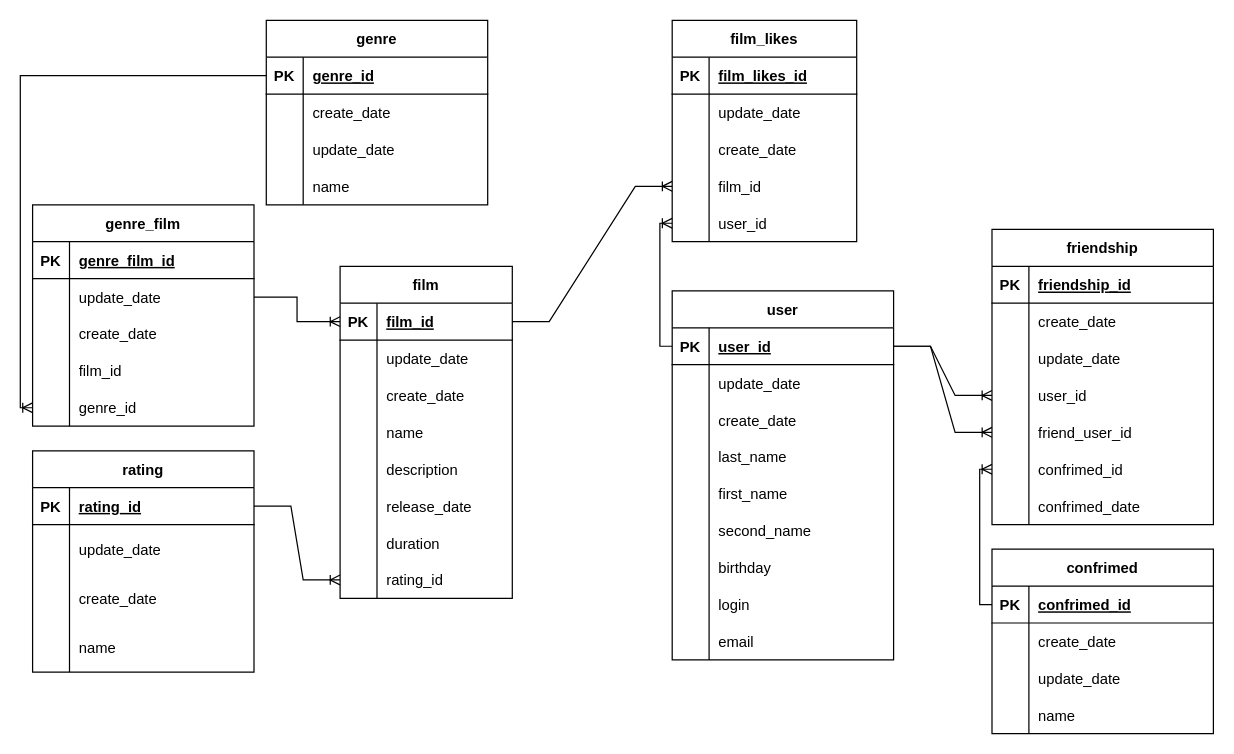
Before: 1111.drawio in viciossevsk/java-filmorate, a draw.io diagram. Source tidied: cells renumbered, new cells numbered last; positions are measured from the earlier drawing's top-left corner, leaving out a move shared by most shapes. Both pictures are drawn from the tidied source at 123%, with x=0, y=0 at pixel (32, 20).
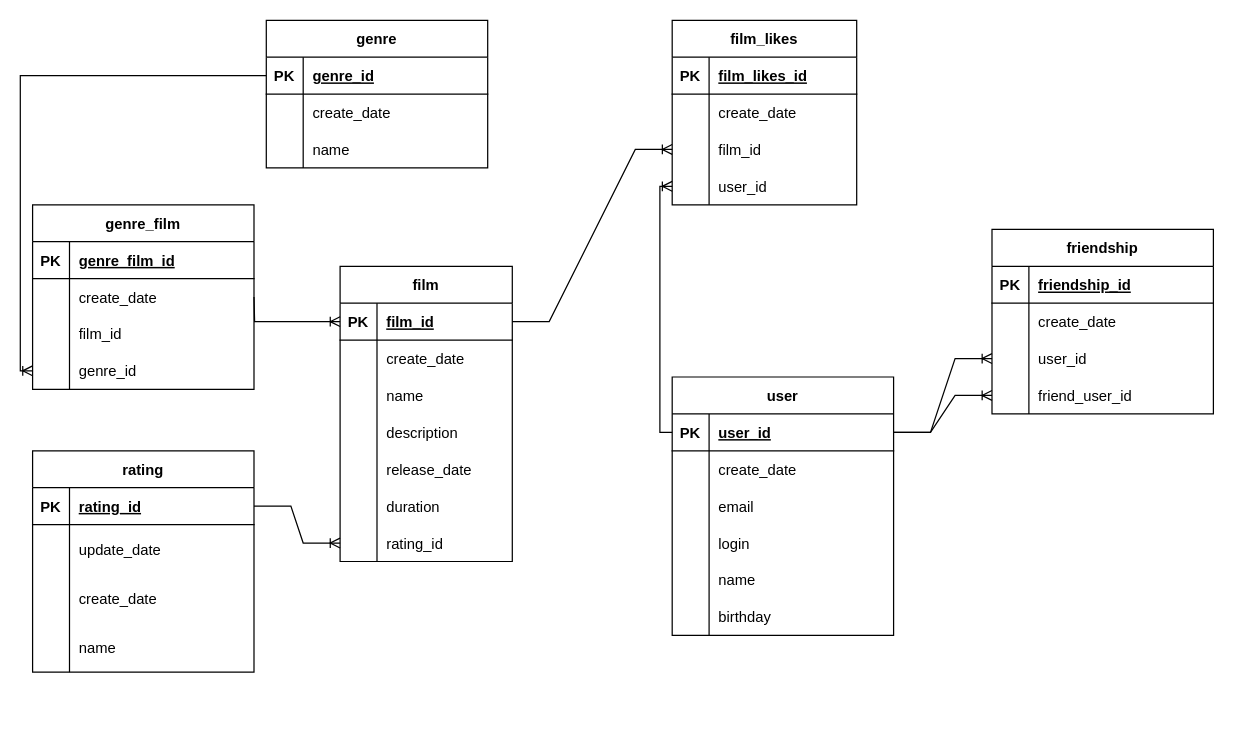
Above is the later version.

Unchanged cells that the change refers to:
```xml
<mxCell id="3" style="shape=tableRow;horizontal=0;startSize=0;swimlaneHead=0;swimlaneBody=0;fillColor=none;points=[[0,0.5],[1,0.5]];portConstraint=eastwest;top=0;left=0;right=0;bottom=1;" parent="2" vertex="1">
  <mxGeometry y="30" width="140" height="30" as="geometry" />
</mxCell>
<mxCell id="78" style="shape=tableRow;horizontal=0;startSize=0;swimlaneHead=0;swimlaneBody=0;fillColor=none;top=0;left=0;right=0;bottom=0;" parent="65" vertex="1">
  <mxGeometry y="150" width="180" height="30" as="geometry" />
</mxCell>
```

The edit, as a diff of the source:
```diff
@@
     <mxCell id="2" value="film" style="shape=table;startSize=30;childLayout=tableLayout;rowLines=0;fontStyle=1;align=center;" parent="1" vertex="1">
-      <mxGeometry x="250" y="200" width="140" height="270" as="geometry" />
+      <mxGeometry x="250" y="200" width="140" height="240" as="geometry" />
     </mxCell>
@@
-    <mxCell id="6" style="shape=tableRow;horizontal=0;startSize=0;swimlaneHead=0;swimlaneBody=0;fillColor=none;top=0;left=0;right=0;bottom=0;" parent="2" vertex="1">
-      <mxGeometry y="60" width="140" height="30" as="geometry" />
-    </mxCell>
-    <mxCell id="7" style="shape=partialRectangle;fillColor=none;top=0;left=0;bottom=0;right=0;overflow=hidden;" parent="6" vertex="1">
-      <mxGeometry width="30" height="30" as="geometry" />
-    </mxCell>
-    <mxCell id="8" value="update_date" style="shape=partialRectangle;fillColor=none;top=0;left=0;bottom=0;right=0;align=left;spacingLeft=6;overflow=hidden;" parent="6" vertex="1">
-      <mxGeometry x="30" width="110" height="30" as="geometry" />
-    </mxCell>
     <mxCell id="9" style="shape=tableRow;horizontal=0;startSize=0;swimlaneHead=0;swimlaneBody=0;fillColor=none;top=0;left=0;right=0;bottom=0;" parent="2" vertex="1">
-      <mxGeometry y="90" width="140" height="30" as="geometry" />
+      <mxGeometry y="60" width="140" height="30" as="geometry" />
     </mxCell>
@@
     <mxCell id="12" style="shape=tableRow;horizontal=0;startSize=0;swimlaneHead=0;swimlaneBody=0;fillColor=none;top=0;left=0;right=0;bottom=0;" parent="2" vertex="1">
-      <mxGeometry y="120" width="140" height="30" as="geometry" />
+      <mxGeometry y="90" width="140" height="30" as="geometry" />
     </mxCell>
@@
     <mxCell id="15" style="shape=tableRow;horizontal=0;startSize=0;swimlaneHead=0;swimlaneBody=0;fillColor=none;top=0;left=0;right=0;bottom=0;" parent="2" vertex="1">
-      <mxGeometry y="150" width="140" height="30" as="geometry" />
+      <mxGeometry y="120" width="140" height="30" as="geometry" />
     </mxCell>
@@
     <mxCell id="18" style="shape=tableRow;horizontal=0;startSize=0;swimlaneHead=0;swimlaneBody=0;fillColor=none;top=0;left=0;right=0;bottom=0;" parent="2" vertex="1">
-      <mxGeometry y="180" width="140" height="30" as="geometry" />
+      <mxGeometry y="150" width="140" height="30" as="geometry" />
     </mxCell>
@@
     <mxCell id="21" style="shape=tableRow;horizontal=0;startSize=0;swimlaneHead=0;swimlaneBody=0;fillColor=none;top=0;left=0;right=0;bottom=0;" parent="2" vertex="1">
-      <mxGeometry y="210" width="140" height="30" as="geometry" />
+      <mxGeometry y="180" width="140" height="30" as="geometry" />
     </mxCell>
@@
     <mxCell id="24" style="shape=tableRow;horizontal=0;startSize=0;swimlaneHead=0;swimlaneBody=0;fillColor=none;points=[[0,0.5],[1,0.5]];portConstraint=eastwest;top=0;left=0;right=0;bottom=0;" parent="2" vertex="1">
-      <mxGeometry y="240" width="140" height="30" as="geometry" />
+      <mxGeometry y="210" width="140" height="30" as="geometry" />
     </mxCell>
@@
     <mxCell id="27" value="film_likes" style="shape=table;startSize=30;childLayout=tableLayout;rowLines=0;fontStyle=1;align=center;" parent="1" vertex="1">
-      <mxGeometry x="520" width="150" height="180" as="geometry" />
+      <mxGeometry x="520" width="150" height="150" as="geometry" />
     </mxCell>
@@
-    <mxCell id="31" style="shape=tableRow;horizontal=0;startSize=0;swimlaneHead=0;swimlaneBody=0;fillColor=none;top=0;left=0;right=0;bottom=0;" parent="27" vertex="1">
-      <mxGeometry y="60" width="150" height="30" as="geometry" />
-    </mxCell>
-    <mxCell id="32" style="shape=partialRectangle;fillColor=none;top=0;left=0;bottom=0;right=0;overflow=hidden;" parent="31" vertex="1">
-      <mxGeometry width="30" height="30" as="geometry" />
-    </mxCell>
-    <mxCell id="33" value="update_date" style="shape=partialRectangle;fillColor=none;top=0;left=0;bottom=0;right=0;align=left;spacingLeft=6;overflow=hidden;" parent="31" vertex="1">
-      <mxGeometry x="30" width="120" height="30" as="geometry" />
-    </mxCell>
     <mxCell id="34" style="shape=tableRow;horizontal=0;startSize=0;swimlaneHead=0;swimlaneBody=0;fillColor=none;top=0;left=0;right=0;bottom=0;" parent="27" vertex="1">
-      <mxGeometry y="90" width="150" height="30" as="geometry" />
+      <mxGeometry y="60" width="150" height="30" as="geometry" />
     </mxCell>
@@
     <mxCell id="37" style="shape=tableRow;horizontal=0;startSize=0;swimlaneHead=0;swimlaneBody=0;fillColor=none;points=[[0,0.5],[1,0.5]];portConstraint=eastwest;top=0;left=0;right=0;bottom=0;" parent="27" vertex="1">
-      <mxGeometry y="120" width="150" height="30" as="geometry" />
+      <mxGeometry y="90" width="150" height="30" as="geometry" />
     </mxCell>
@@
     <mxCell id="40" style="shape=tableRow;horizontal=0;startSize=0;swimlaneHead=0;swimlaneBody=0;fillColor=none;points=[[0,0.5],[1,0.5]];portConstraint=eastwest;top=0;left=0;right=0;bottom=0;" parent="27" vertex="1">
-      <mxGeometry y="150" width="150" height="30" as="geometry" />
+      <mxGeometry y="120" width="150" height="30" as="geometry" />
     </mxCell>
@@
     <mxCell id="43" value="friendship" style="shape=table;startSize=30;childLayout=tableLayout;rowLines=0;fontStyle=1;align=center;" parent="1" vertex="1">
-      <mxGeometry x="780" y="170" width="180" height="240" as="geometry" />
+      <mxGeometry x="780" y="170" width="180" height="150" as="geometry" />
     </mxCell>
@@
-    <mxCell id="50" style="shape=tableRow;horizontal=0;startSize=0;swimlaneHead=0;swimlaneBody=0;fillColor=none;top=0;left=0;right=0;bottom=0;" parent="43" vertex="1">
-      <mxGeometry y="90" width="180" height="30" as="geometry" />
-    </mxCell>
-    <mxCell id="51" style="shape=partialRectangle;fillColor=none;top=0;left=0;bottom=0;right=0;overflow=hidden;" parent="50" vertex="1">
-      <mxGeometry width="30" height="30" as="geometry" />
-    </mxCell>
-    <mxCell id="52" value="update_date" style="shape=partialRectangle;fillColor=none;top=0;left=0;bottom=0;right=0;align=left;spacingLeft=6;overflow=hidden;" parent="50" vertex="1">
-      <mxGeometry x="30" width="150" height="30" as="geometry" />
-    </mxCell>
     <mxCell id="53" style="shape=tableRow;horizontal=0;startSize=0;swimlaneHead=0;swimlaneBody=0;fillColor=none;points=[[0,0.5],[1,0.5]];portConstraint=eastwest;top=0;left=0;right=0;bottom=0;" parent="43" vertex="1">
-      <mxGeometry y="120" width="180" height="30" as="geometry" />
+      <mxGeometry y="90" width="180" height="30" as="geometry" />
     </mxCell>
@@
     <mxCell id="56" style="shape=tableRow;horizontal=0;startSize=0;swimlaneHead=0;swimlaneBody=0;fillColor=none;points=[[0,0.5],[1,0.5]];portConstraint=eastwest;top=0;left=0;right=0;bottom=0;" parent="43" vertex="1">
-      <mxGeometry y="150" width="180" height="30" as="geometry" />
+      <mxGeometry y="120" width="180" height="30" as="geometry" />
     </mxCell>
@@
-    <mxCell id="59" style="shape=tableRow;horizontal=0;startSize=0;swimlaneHead=0;swimlaneBody=0;fillColor=none;points=[[0,0.5],[1,0.5]];portConstraint=eastwest;top=0;left=0;right=0;bottom=0;" parent="43" vertex="1">
-      <mxGeometry y="180" width="180" height="30" as="geometry" />
-    </mxCell>
-    <mxCell id="60" style="shape=partialRectangle;fillColor=none;top=0;left=0;bottom=0;right=0;overflow=hidden;" parent="59" vertex="1">
-      <mxGeometry width="30" height="30" as="geometry" />
-    </mxCell>
-    <mxCell id="61" value="confrimed_id" style="shape=partialRectangle;fillColor=none;top=0;left=0;bottom=0;right=0;align=left;spacingLeft=6;overflow=hidden;" parent="59" vertex="1">
-      <mxGeometry x="30" width="150" height="30" as="geometry" />
-    </mxCell>
-    <mxCell id="62" style="shape=tableRow;horizontal=0;startSize=0;swimlaneHead=0;swimlaneBody=0;fillColor=none;top=0;left=0;right=0;bottom=0;" parent="43" vertex="1">
-      <mxGeometry y="210" width="180" height="30" as="geometry" />
-    </mxCell>
-    <mxCell id="63" style="shape=partialRectangle;fillColor=none;top=0;left=0;bottom=0;right=0;overflow=hidden;" parent="62" vertex="1">
-      <mxGeometry width="30" height="30" as="geometry" />
-    </mxCell>
-    <mxCell id="64" value="confrimed_date" style="shape=partialRectangle;fillColor=none;top=0;left=0;bottom=0;right=0;align=left;spacingLeft=6;overflow=hidden;" parent="62" vertex="1">
-      <mxGeometry x="30" width="150" height="30" as="geometry" />
-    </mxCell>
     <mxCell id="65" value="user" style="shape=table;startSize=30;childLayout=tableLayout;rowLines=0;fontStyle=1;align=center;" parent="1" vertex="1">
-      <mxGeometry x="520" y="220" width="180" height="300" as="geometry" />
+      <mxGeometry x="520" y="290" width="180" height="210" as="geometry" />
     </mxCell>
@@
-    <mxCell id="69" style="shape=tableRow;horizontal=0;startSize=0;swimlaneHead=0;swimlaneBody=0;fillColor=none;top=0;left=0;right=0;bottom=0;" parent="65" vertex="1">
-      <mxGeometry y="60" width="180" height="30" as="geometry" />
-    </mxCell>
-    <mxCell id="70" style="shape=partialRectangle;fillColor=none;top=0;left=0;bottom=0;right=0;overflow=hidden;" parent="69" vertex="1">
-      <mxGeometry width="30" height="30" as="geometry" />
-    </mxCell>
-    <mxCell id="71" value="update_date" style="shape=partialRectangle;fillColor=none;top=0;left=0;bottom=0;right=0;align=left;spacingLeft=6;overflow=hidden;" parent="69" vertex="1">
-      <mxGeometry x="30" width="150" height="30" as="geometry" />
-    </mxCell>
     <mxCell id="72" style="shape=tableRow;horizontal=0;startSize=0;swimlaneHead=0;swimlaneBody=0;fillColor=none;top=0;left=0;right=0;bottom=0;" parent="65" vertex="1">
-      <mxGeometry y="90" width="180" height="30" as="geometry" />
+      <mxGeometry y="60" width="180" height="30" as="geometry" />
     </mxCell>
@@
     <mxCell id="75" style="shape=tableRow;horizontal=0;startSize=0;swimlaneHead=0;swimlaneBody=0;fillColor=none;top=0;left=0;right=0;bottom=0;" parent="65" vertex="1">
-      <mxGeometry y="120" width="180" height="30" as="geometry" />
+      <mxGeometry y="90" width="180" height="30" as="geometry" />
     </mxCell>
@@
-    <mxCell id="77" value="last_name" style="shape=partialRectangle;fillColor=none;top=0;left=0;bottom=0;right=0;align=left;spacingLeft=6;overflow=hidden;" parent="75" vertex="1">
+    <mxCell id="77" value="email" style="shape=partialRectangle;fillColor=none;top=0;left=0;bottom=0;right=0;align=left;spacingLeft=6;overflow=hidden;" parent="75" vertex="1">
       <mxGeometry x="30" width="150" height="30" as="geometry" />
     </mxCell>
+    <mxCell id="87" style="shape=tableRow;horizontal=0;startSize=0;swimlaneHead=0;swimlaneBody=0;fillColor=none;top=0;left=0;right=0;bottom=0;" parent="65" vertex="1">
+      <mxGeometry y="120" width="180" height="30" as="geometry" />
+    </mxCell>
+    <mxCell id="88" style="shape=partialRectangle;fillColor=none;top=0;left=0;bottom=0;right=0;overflow=hidden;" parent="87" vertex="1">
+      <mxGeometry width="30" height="30" as="geometry" />
+    </mxCell>
+    <mxCell id="89" value="login" style="shape=partialRectangle;fillColor=none;top=0;left=0;bottom=0;right=0;align=left;spacingLeft=6;overflow=hidden;" parent="87" vertex="1">
+      <mxGeometry x="30" width="150" height="30" as="geometry" />
+    </mxCell>
@@
-    <mxCell id="79" style="shape=partialRectangle;fillColor=none;top=0;left=0;bottom=0;right=0;overflow=hidden;" parent="78" vertex="1">
-      <mxGeometry width="30" height="30" as="geometry" />
-    </mxCell>
-    <mxCell id="80" value="first_name" style="shape=partialRectangle;fillColor=none;top=0;left=0;bottom=0;right=0;align=left;spacingLeft=6;overflow=hidden;" parent="78" vertex="1">
-      <mxGeometry x="30" width="150" height="30" as="geometry" />
-    </mxCell>
-    <mxCell id="81" style="shape=tableRow;horizontal=0;startSize=0;swimlaneHead=0;swimlaneBody=0;fillColor=none;top=0;left=0;right=0;bottom=0;" parent="65" vertex="1">
-      <mxGeometry y="180" width="180" height="30" as="geometry" />
-    </mxCell>
-    <mxCell id="82" style="shape=partialRectangle;fillColor=none;top=0;left=0;bottom=0;right=0;overflow=hidden;" parent="81" vertex="1">
-      <mxGeometry width="30" height="30" as="geometry" />
-    </mxCell>
-    <mxCell id="83" value="second_name" style="shape=partialRectangle;fillColor=none;top=0;left=0;bottom=0;right=0;align=left;spacingLeft=6;overflow=hidden;" parent="81" vertex="1">
-      <mxGeometry x="30" width="150" height="30" as="geometry" />
-    </mxCell>
+    <mxCell id="156" style="shape=partialRectangle;fillColor=none;top=0;left=0;bottom=0;right=0;overflow=hidden;" parent="78" vertex="1">
+      <mxGeometry width="30" height="30" as="geometry" />
+    </mxCell>
+    <mxCell id="154" value="name" style="shape=partialRectangle;fillColor=none;top=0;left=0;bottom=0;right=0;align=left;spacingLeft=6;overflow=hidden;" parent="78" vertex="1">
+      <mxGeometry x="30" width="150" height="30" as="geometry" />
+    </mxCell>
     <mxCell id="84" style="shape=tableRow;horizontal=0;startSize=0;swimlaneHead=0;swimlaneBody=0;fillColor=none;top=0;left=0;right=0;bottom=0;" parent="65" vertex="1">
-      <mxGeometry y="210" width="180" height="30" as="geometry" />
+      <mxGeometry y="180" width="180" height="30" as="geometry" />
     </mxCell>
@@
-    <mxCell id="87" style="shape=tableRow;horizontal=0;startSize=0;swimlaneHead=0;swimlaneBody=0;fillColor=none;top=0;left=0;right=0;bottom=0;" parent="65" vertex="1">
-      <mxGeometry y="240" width="180" height="30" as="geometry" />
-    </mxCell>
-    <mxCell id="88" style="shape=partialRectangle;fillColor=none;top=0;left=0;bottom=0;right=0;overflow=hidden;" parent="87" vertex="1">
-      <mxGeometry width="30" height="30" as="geometry" />
-    </mxCell>
-    <mxCell id="89" value="login" style="shape=partialRectangle;fillColor=none;top=0;left=0;bottom=0;right=0;align=left;spacingLeft=6;overflow=hidden;" parent="87" vertex="1">
-      <mxGeometry x="30" width="150" height="30" as="geometry" />
-    </mxCell>
-    <mxCell id="90" style="shape=tableRow;horizontal=0;startSize=0;swimlaneHead=0;swimlaneBody=0;fillColor=none;top=0;left=0;right=0;bottom=0;" parent="65" vertex="1">
-      <mxGeometry y="270" width="180" height="30" as="geometry" />
-    </mxCell>
-    <mxCell id="91" style="shape=partialRectangle;fillColor=none;top=0;left=0;bottom=0;right=0;overflow=hidden;" parent="90" vertex="1">
-      <mxGeometry width="30" height="30" as="geometry" />
-    </mxCell>
-    <mxCell id="92" value="email" style="shape=partialRectangle;fillColor=none;top=0;left=0;bottom=0;right=0;align=left;spacingLeft=6;overflow=hidden;" parent="90" vertex="1">
-      <mxGeometry x="30" width="150" height="30" as="geometry" />
-    </mxCell>
@@
     <mxCell id="106" value="genre_film" style="shape=table;startSize=30;childLayout=tableLayout;rowLines=0;fontStyle=1;align=center;" parent="1" vertex="1">
-      <mxGeometry y="150" width="180" height="180" as="geometry" />
+      <mxGeometry y="150" width="180" height="150" as="geometry" />
     </mxCell>
@@
-    <mxCell id="110" style="shape=tableRow;horizontal=0;startSize=0;swimlaneHead=0;swimlaneBody=0;fillColor=none;points=[[0,0.5],[1,0.5]];portConstraint=eastwest;top=0;left=0;right=0;bottom=0;" parent="106" vertex="1">
-      <mxGeometry y="60" width="180" height="30" as="geometry" />
-    </mxCell>
-    <mxCell id="111" style="shape=partialRectangle;fillColor=none;top=0;left=0;bottom=0;right=0;overflow=hidden;" parent="110" vertex="1">
-      <mxGeometry width="30" height="30" as="geometry" />
-    </mxCell>
-    <mxCell id="112" value="update_date" style="shape=partialRectangle;fillColor=none;top=0;left=0;bottom=0;right=0;align=left;spacingLeft=6;overflow=hidden;" parent="110" vertex="1">
-      <mxGeometry x="30" width="150" height="30" as="geometry" />
-    </mxCell>
     <mxCell id="113" style="shape=tableRow;horizontal=0;startSize=0;swimlaneHead=0;swimlaneBody=0;fillColor=none;top=0;left=0;right=0;bottom=0;" parent="106" vertex="1">
-      <mxGeometry y="90" width="180" height="30" as="geometry" />
+      <mxGeometry y="60" width="180" height="30" as="geometry" />
     </mxCell>
@@
     <mxCell id="116" style="shape=tableRow;horizontal=0;startSize=0;swimlaneHead=0;swimlaneBody=0;fillColor=none;top=0;left=0;right=0;bottom=0;" parent="106" vertex="1">
-      <mxGeometry y="120" width="180" height="30" as="geometry" />
+      <mxGeometry y="90" width="180" height="30" as="geometry" />
     </mxCell>
@@
     <mxCell id="119" style="shape=tableRow;horizontal=0;startSize=0;swimlaneHead=0;swimlaneBody=0;fillColor=none;points=[[0,0.5],[1,0.5]];portConstraint=eastwest;top=0;left=0;right=0;bottom=0;" parent="106" vertex="1">
-      <mxGeometry y="150" width="180" height="30" as="geometry" />
+      <mxGeometry y="120" width="180" height="30" as="geometry" />
     </mxCell>
@@
     <mxCell id="122" value="genre" style="shape=table;startSize=30;childLayout=tableLayout;rowLines=0;fontStyle=1;align=center;" parent="1" vertex="1">
-      <mxGeometry x="190" width="180" height="150" as="geometry" />
+      <mxGeometry x="190" width="180" height="120" as="geometry" />
     </mxCell>
@@
-    <mxCell id="129" style="shape=tableRow;horizontal=0;startSize=0;swimlaneHead=0;swimlaneBody=0;fillColor=none;top=0;left=0;right=0;bottom=0;" parent="122" vertex="1">
-      <mxGeometry y="90" width="180" height="30" as="geometry" />
-    </mxCell>
-    <mxCell id="130" style="shape=partialRectangle;fillColor=none;top=0;left=0;bottom=0;right=0;overflow=hidden;" parent="129" vertex="1">
-      <mxGeometry width="30" height="30" as="geometry" />
-    </mxCell>
-    <mxCell id="131" value="update_date" style="shape=partialRectangle;fillColor=none;top=0;left=0;bottom=0;right=0;align=left;spacingLeft=6;overflow=hidden;" parent="129" vertex="1">
-      <mxGeometry x="30" width="150" height="30" as="geometry" />
-    </mxCell>
     <mxCell id="132" style="shape=tableRow;horizontal=0;startSize=0;swimlaneHead=0;swimlaneBody=0;fillColor=none;top=0;left=0;right=0;bottom=0;" parent="122" vertex="1">
-      <mxGeometry y="120" width="180" height="30" as="geometry" />
+      <mxGeometry y="90" width="180" height="30" as="geometry" />
     </mxCell>
@@
-    <mxCell id="138" style="edgeStyle=orthogonalEdgeStyle;fontSize=12;html=1;endArrow=ERoneToMany;rounded=0;jumpStyle=none;entryX=0;entryY=0.5;entryDx=0;entryDy=0;" parent="1" edge="1" source="110" target="3">
-      <mxGeometry relative="1" as="geometry" />
+    <mxCell id="138" style="edgeStyle=orthogonalEdgeStyle;fontSize=12;html=1;endArrow=ERoneToMany;rounded=0;jumpStyle=none;entryX=0;entryY=0.5;entryDx=0;entryDy=0;" parent="1" edge="1" target="3">
+      <mxGeometry relative="1" as="geometry">
+        <mxPoint x="180" y="225" as="sourcePoint" />
+      </mxGeometry>
     </mxCell>
@@
-    <mxCell id="142" value="confrimed" style="shape=table;startSize=30;childLayout=tableLayout;rowLines=0;fontStyle=1;align=center;" parent="1" vertex="1">
-      <mxGeometry x="780" y="430" width="180" height="150" as="geometry" />
-    </mxCell>
-    <mxCell id="143" style="shape=tableRow;horizontal=0;startSize=0;swimlaneHead=0;swimlaneBody=0;fillColor=none;points=[[0,0.5],[1,0.5]];portConstraint=eastwest;top=0;left=0;right=0;bottom=1;" parent="142" vertex="1">
-      <mxGeometry y="30" width="180" height="30" as="geometry" />
-    </mxCell>
-    <mxCell id="144" value="PK" style="shape=partialRectangle;fillColor=none;top=0;left=0;bottom=0;right=0;fontStyle=1;overflow=hidden;" parent="143" vertex="1">
-      <mxGeometry width="30" height="30" as="geometry" />
-    </mxCell>
-    <mxCell id="145" value="confrimed_id" style="shape=partialRectangle;fillColor=none;top=0;left=0;bottom=0;right=0;align=left;spacingLeft=6;fontStyle=5;overflow=hidden;" parent="143" vertex="1">
-      <mxGeometry x="30" width="150" height="30" as="geometry" />
-    </mxCell>
-    <mxCell id="146" style="shape=tableRow;horizontal=0;startSize=0;swimlaneHead=0;swimlaneBody=0;fillColor=none;top=0;left=0;right=0;bottom=0;" parent="142" vertex="1">
-      <mxGeometry y="60" width="180" height="30" as="geometry" />
-    </mxCell>
-    <mxCell id="147" style="shape=partialRectangle;fillColor=none;top=0;left=0;bottom=0;right=0;overflow=hidden;" parent="146" vertex="1">
-      <mxGeometry width="30" height="30" as="geometry" />
-    </mxCell>
-    <mxCell id="148" value="create_date" style="shape=partialRectangle;fillColor=none;top=0;left=0;bottom=0;right=0;align=left;spacingLeft=6;overflow=hidden;" parent="146" vertex="1">
-      <mxGeometry x="30" width="150" height="30" as="geometry" />
-    </mxCell>
-    <mxCell id="149" style="shape=tableRow;horizontal=0;startSize=0;swimlaneHead=0;swimlaneBody=0;fillColor=none;top=0;left=0;right=0;bottom=0;" parent="142" vertex="1">
-      <mxGeometry y="90" width="180" height="30" as="geometry" />
-    </mxCell>
-    <mxCell id="150" style="shape=partialRectangle;fillColor=none;top=0;left=0;bottom=0;right=0;overflow=hidden;" parent="149" vertex="1">
-      <mxGeometry width="30" height="30" as="geometry" />
-    </mxCell>
-    <mxCell id="151" value="update_date" style="shape=partialRectangle;fillColor=none;top=0;left=0;bottom=0;right=0;align=left;spacingLeft=6;overflow=hidden;" parent="149" vertex="1">
-      <mxGeometry x="30" width="150" height="30" as="geometry" />
-    </mxCell>
-    <mxCell id="152" style="shape=tableRow;horizontal=0;startSize=0;swimlaneHead=0;swimlaneBody=0;fillColor=none;top=0;left=0;right=0;bottom=0;" parent="142" vertex="1">
-      <mxGeometry y="120" width="180" height="30" as="geometry" />
-    </mxCell>
-    <mxCell id="153" style="shape=partialRectangle;fillColor=none;top=0;left=0;bottom=0;right=0;overflow=hidden;" parent="152" vertex="1">
-      <mxGeometry width="30" height="30" as="geometry" />
-    </mxCell>
-    <mxCell id="154" value="name" style="shape=partialRectangle;fillColor=none;top=0;left=0;bottom=0;right=0;align=left;spacingLeft=6;overflow=hidden;" parent="152" vertex="1">
-      <mxGeometry x="30" width="150" height="30" as="geometry" />
-    </mxCell>
-    <mxCell id="155" style="edgeStyle=orthogonalEdgeStyle;fontSize=12;html=1;endArrow=ERoneToMany;rounded=0;exitX=0;exitY=0.5;exitDx=0;exitDy=0;entryX=0;entryY=0.5;entryDx=0;entryDy=0;" parent="1" edge="1" source="143" target="59">
-      <mxGeometry relative="1" as="geometry" />
-    </mxCell>
```
